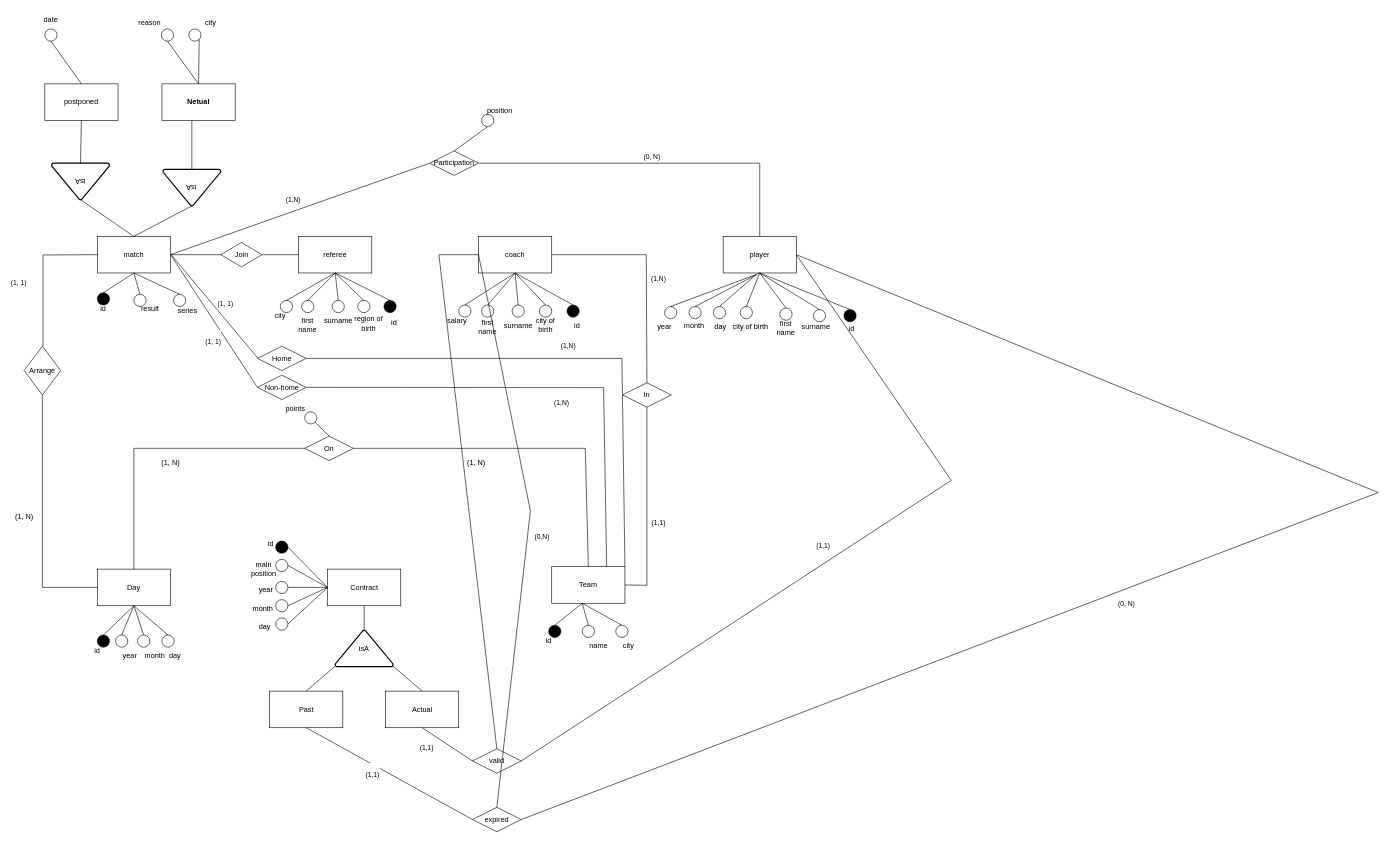
Above: page "第 4 页" (4 of 5) of part1.drawio in JerryFan996/c43_a3 (draw.io), before the change. Source tidied: cells renumbered, new cells numbered last; positions are measured from the earlier drawing's top-left corner, leaving out a move shared by most shapes. Both pictures are drawn from the tidied source at 61%, with x=0, y=0 at pixel (24, 10).
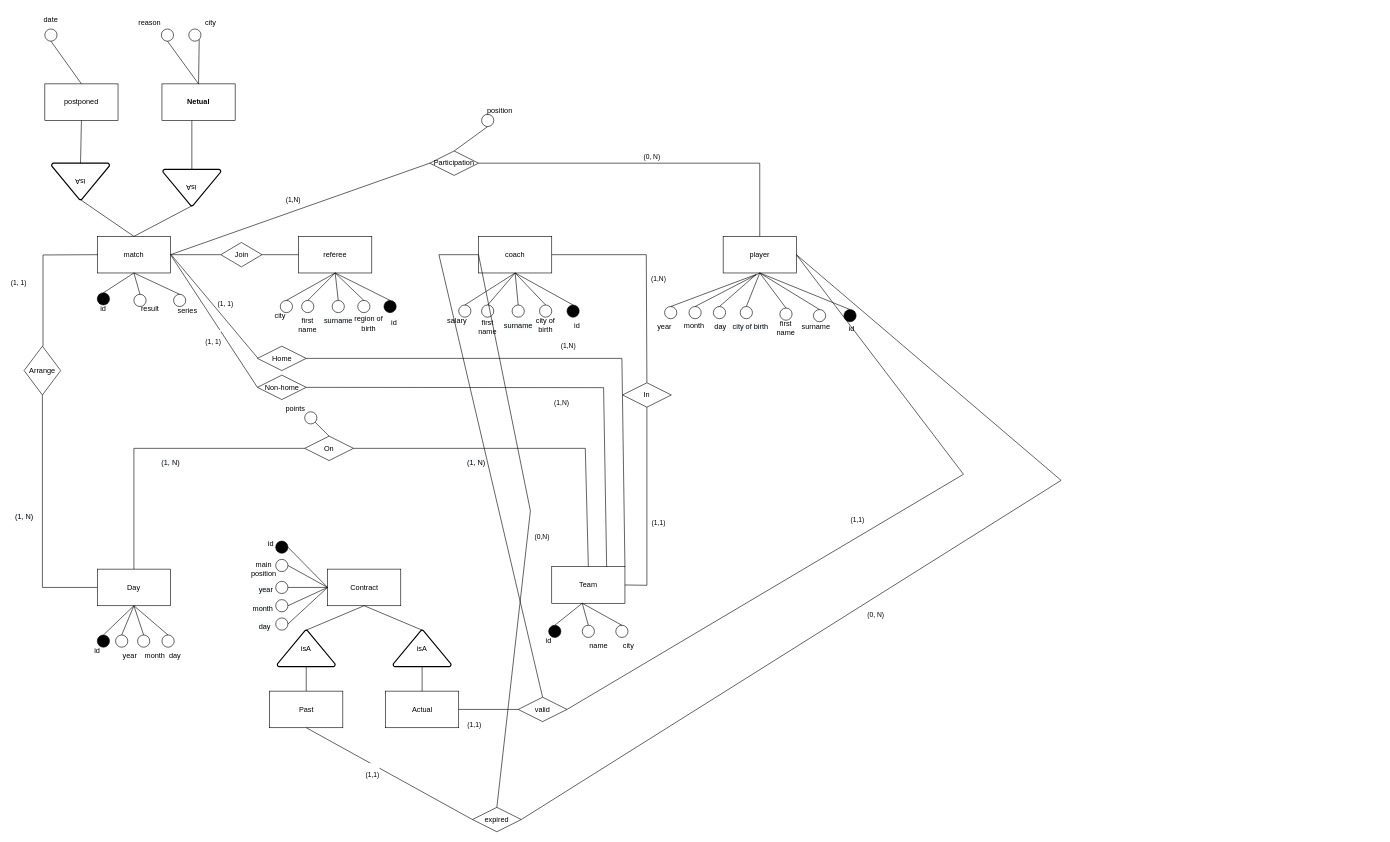
The same diagram, later.

The change refers to these unchanged cells:
```xml
<mxCell id="14" value="player" style="rounded=0;whiteSpace=wrap;html=1;" parent="1" vertex="1">
  <mxGeometry x="1146" y="370" width="120" height="60" as="geometry" />
</mxCell>
<mxCell id="63" value="Contract" style="rounded=0;whiteSpace=wrap;html=1;" parent="1" vertex="1">
  <mxGeometry x="497.5" y="915.5" width="120" height="60" as="geometry" />
</mxCell>
<mxCell id="66" value="Past" style="rounded=0;whiteSpace=wrap;html=1;" parent="1" vertex="1">
  <mxGeometry x="402.5" y="1115.5" width="120" height="60" as="geometry" />
</mxCell>
<mxCell id="67" value="Actual" style="rounded=0;whiteSpace=wrap;html=1;" parent="1" vertex="1">
  <mxGeometry x="592.5" y="1115.5" width="120" height="60" as="geometry" />
</mxCell>
<mxCell id="153" value="expired" style="rhombus;whiteSpace=wrap;html=1;" parent="1" vertex="1">
  <mxGeometry x="735" y="1306" width="80" height="40" as="geometry" />
</mxCell>
```

The edit, as a diff of the source:
```diff
@@
     <mxCell id="62" value="isA" style="strokeWidth=2;html=1;shape=mxgraph.flowchart.extract_or_measurement;whiteSpace=wrap;" parent="1" vertex="1">
-      <mxGeometry x="510" y="1015.5" width="95" height="60" as="geometry" />
+      <mxGeometry x="415" y="1015.5" width="95" height="60" as="geometry" />
     </mxCell>
@@
-    <mxCell id="65" style="endArrow=none;html=1;rounded=0;exitX=0.01;exitY=0.97;exitDx=0;exitDy=0;exitPerimeter=0;entryX=0.5;entryY=0;entryDx=0;entryDy=0;" parent="1" edge="1" source="62" target="66">
+    <mxCell id="65" style="endArrow=none;html=1;rounded=0;exitX=0.5;exitY=1;exitDx=0;exitDy=0;exitPerimeter=0;entryX=0.5;entryY=0;entryDx=0;entryDy=0;" parent="1" edge="1" source="62" target="66">
       <mxGeometry relative="1" as="geometry" />
     </mxCell>
@@
-    <mxCell id="68" style="endArrow=none;html=1;rounded=0;exitX=0.99;exitY=0.97;exitDx=0;exitDy=0;exitPerimeter=0;entryX=0.5;entryY=0;entryDx=0;entryDy=0;" parent="1" edge="1" source="62" target="67">
-      <mxGeometry relative="1" as="geometry" />
-    </mxCell>
@@
     <mxCell id="152" value="valid" style="rhombus;whiteSpace=wrap;html=1;" parent="1" vertex="1">
-      <mxGeometry x="735" y="1210" width="80" height="40" as="geometry" />
+      <mxGeometry x="810" y="1125.5" width="80" height="40" as="geometry" />
     </mxCell>
@@
     <mxCell id="154" value="(1,1)" style="endArrow=none;html=1;rounded=0;entryX=1;entryY=0.5;entryDx=0;entryDy=0;exitX=1;exitY=0.5;exitDx=0;exitDy=0;" parent="1" edge="1" source="152" target="14">
       <mxGeometry x="-0.06" y="24" relative="1" as="geometry">
         <Array as="points">
-          <mxPoint x="1520" y="770" />
+          <mxPoint x="1540" y="760" />
         </Array>
       </mxGeometry>
     </mxCell>
     <mxCell id="155" value="(0, N)" style="endArrow=none;html=1;rounded=0;exitX=1;exitY=0.5;exitDx=0;exitDy=0;entryX=1;entryY=0.5;entryDx=0;entryDy=0;" parent="1" edge="1" source="153" target="14">
       <mxGeometry x="-0.17" y="-25" relative="1" as="geometry">
         <Array as="points">
-          <mxPoint x="2220" y="790" />
+          <mxPoint x="1700" y="770" />
         </Array>
         <mxPoint y="-1" as="offset" />
       </mxGeometry>
     </mxCell>
-    <mxCell id="156" value="(1,1)" style="endArrow=none;html=1;rounded=0;exitX=0.5;exitY=1;exitDx=0;exitDy=0;entryX=0;entryY=0.5;entryDx=0;entryDy=0;" parent="1" edge="1" source="67" target="152">
+    <mxCell id="156" value="(1,1)" style="endArrow=none;html=1;rounded=0;exitX=1;exitY=0.5;exitDx=0;exitDy=0;entryX=0;entryY=0.5;entryDx=0;entryDy=0;" parent="1" edge="1" source="67" target="152">
       <mxGeometry x="-0.49" y="-25" relative="1" as="geometry">
         <mxPoint y="-1" as="offset" />
       </mxGeometry>
     </mxCell>
@@
+    <mxCell id="163" value="isA" style="strokeWidth=2;html=1;shape=mxgraph.flowchart.extract_or_measurement;whiteSpace=wrap;" parent="1" vertex="1">
+      <mxGeometry x="605" y="1015.5" width="95" height="60" as="geometry" />
+    </mxCell>
+    <mxCell id="164" style="endArrow=none;html=1;rounded=0;entryX=0.5;entryY=1;entryDx=0;entryDy=0;exitX=0.5;exitY=0;exitDx=0;exitDy=0;exitPerimeter=0;" parent="1" edge="1" source="163" target="63">
+      <mxGeometry relative="1" as="geometry" />
+    </mxCell>
+    <mxCell id="165" style="endArrow=none;html=1;rounded=0;entryX=0.5;entryY=0;entryDx=0;entryDy=0;exitX=0.5;exitY=1;exitDx=0;exitDy=0;exitPerimeter=0;" parent="1" edge="1" source="163" target="67">
+      <mxGeometry relative="1" as="geometry" />
+    </mxCell>
```
